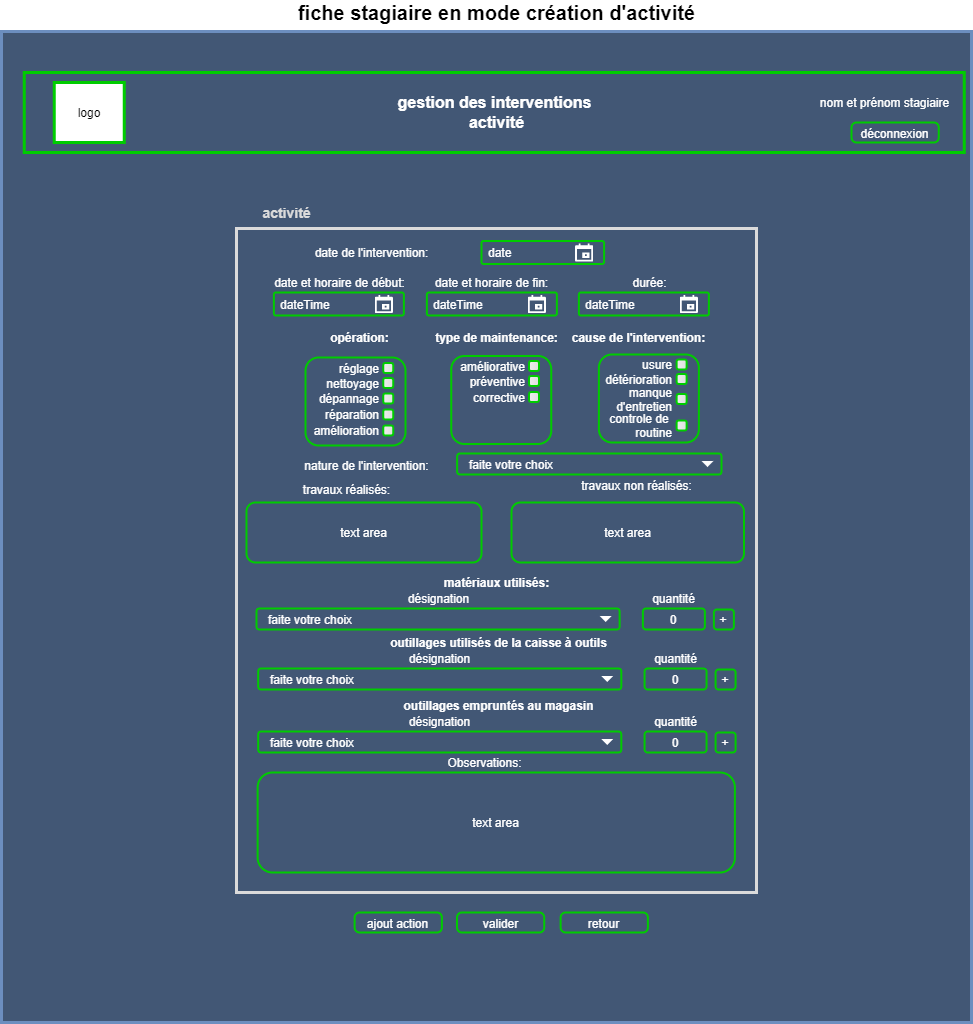
This is DOCS/maquettes/maquetteFicheActivite.png from tancraft/Stage, a draw.io export, as it was before one commit. Source tidied: cells renumbered, new cells last; positions are measured from the earlier drawing's top-left corner, leaving out a move shared by most shapes.
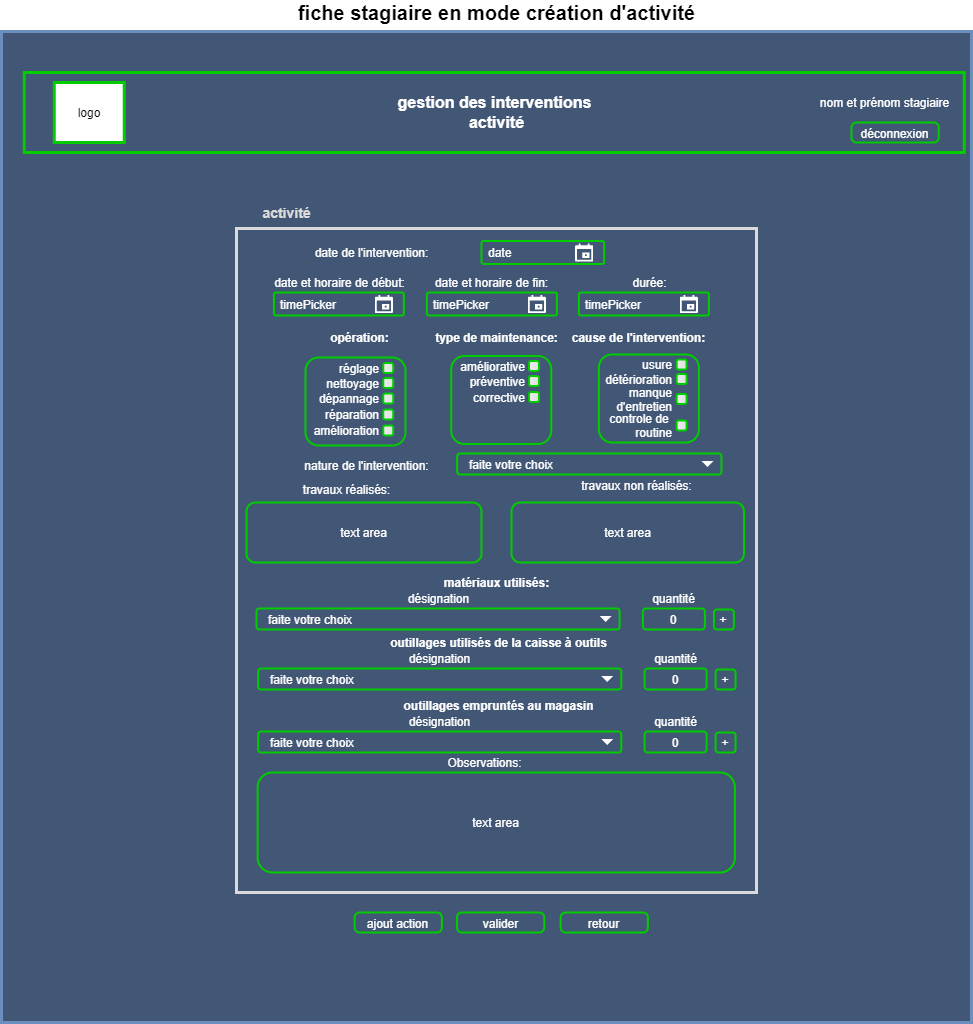
After the commit.

Diff of the diagram source:
```diff
@@ -133,7 +133,7 @@
         <mxPoint x="-29" y="-9" as="offset" />
       </mxGeometry>
     </mxCell>
-    <mxCell id="45" value="&lt;font color=&quot;#ffffff&quot;&gt;dateTime&lt;/font&gt;" style="rounded=1;arcSize=9;align=left;spacingLeft=5;html=1;strokeWidth=2;fontColor=#596780;fontSize=12;strokeColor=#00CC00;fillColor=none;" parent="1" vertex="1">
+    <mxCell id="45" value="&lt;font color=&quot;#ffffff&quot;&gt;timePicker&lt;/font&gt;" style="rounded=1;arcSize=9;align=left;spacingLeft=5;html=1;strokeWidth=2;fontColor=#596780;fontSize=12;strokeColor=#00CC00;fillColor=none;" parent="1" vertex="1">
       <mxGeometry x="272.4" y="290" width="130" height="23" as="geometry" />
     </mxCell>
     <mxCell id="46" style="shape=mxgraph.gmdl.calendar;strokeColor=none;" parent="45" vertex="1">
@@ -141,7 +141,7 @@
         <mxPoint x="-29" y="-9" as="offset" />
       </mxGeometry>
     </mxCell>
-    <mxCell id="47" value="&lt;font color=&quot;#ffffff&quot;&gt;dateTime&lt;/font&gt;" style="rounded=1;arcSize=9;align=left;spacingLeft=5;html=1;strokeWidth=2;fontColor=#596780;fontSize=12;strokeColor=#00CC00;fillColor=none;" parent="1" vertex="1">
+    <mxCell id="47" value="&lt;font color=&quot;#ffffff&quot;&gt;timePicker&lt;/font&gt;" style="rounded=1;arcSize=9;align=left;spacingLeft=5;html=1;strokeWidth=2;fontColor=#596780;fontSize=12;strokeColor=#00CC00;fillColor=none;" parent="1" vertex="1">
       <mxGeometry x="425.4" y="290" width="130" height="23" as="geometry" />
     </mxCell>
     <mxCell id="48" style="shape=mxgraph.gmdl.calendar;strokeColor=none;" parent="47" vertex="1">
@@ -149,7 +149,7 @@
         <mxPoint x="-29" y="-9" as="offset" />
       </mxGeometry>
     </mxCell>
-    <mxCell id="49" value="&lt;font color=&quot;#ffffff&quot;&gt;dateTime&lt;/font&gt;" style="rounded=1;arcSize=9;align=left;spacingLeft=5;html=1;strokeWidth=2;fontColor=#596780;fontSize=12;strokeColor=#00CC00;fillColor=none;" parent="1" vertex="1">
+    <mxCell id="49" value="&lt;font color=&quot;#ffffff&quot;&gt;timePicker&lt;/font&gt;" style="rounded=1;arcSize=9;align=left;spacingLeft=5;html=1;strokeWidth=2;fontColor=#596780;fontSize=12;strokeColor=#00CC00;fillColor=none;" parent="1" vertex="1">
       <mxGeometry x="577.4" y="290" width="130" height="23" as="geometry" />
     </mxCell>
     <mxCell id="50" style="shape=mxgraph.gmdl.calendar;strokeColor=none;" parent="49" vertex="1">
```
